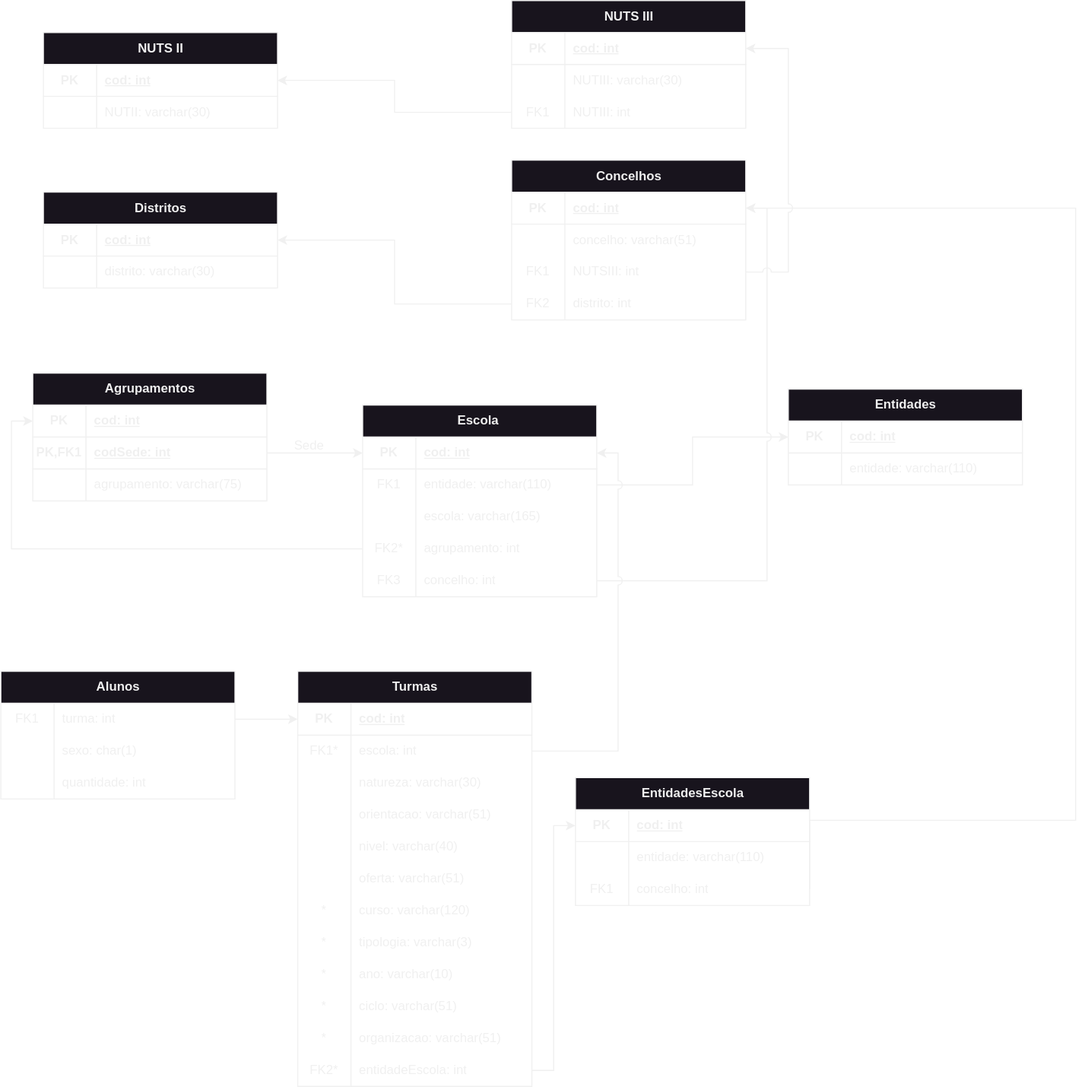
damaral31/Portuguese-School-System-DB-Modeling keeps this draw.io diagram as img/Relacional.svg. Above is the earlier version. Source tidied: cells renumbered, new cells last; positions are measured from the earlier drawing's top-left corner, leaving out a move shared by most shapes.
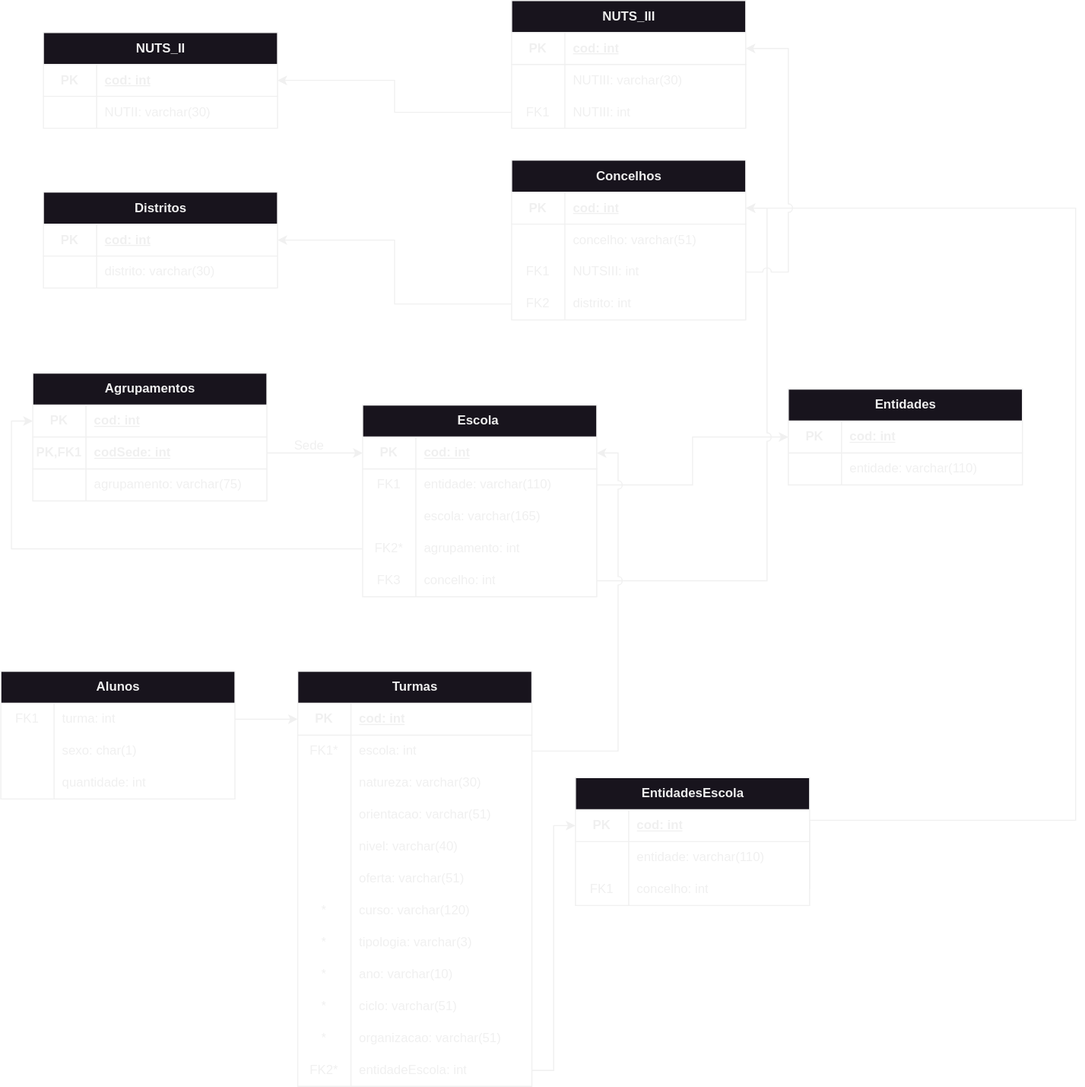
Above is the later version.

Commit message:
Update relatorio and UML

Change to the diagram source:
```diff
@@ -263,7 +263,7 @@
     <mxCell id="88" value="distrito: int" style="shape=partialRectangle;fillColor=none;top=0;left=0;bottom=0;right=0;align=left;spacingLeft=6;overflow=hidden;whiteSpace=wrap;html=1;" parent="86" vertex="1">
       <mxGeometry x="50" width="170" height="30" as="geometry" />
     </mxCell>
-    <mxCell id="89" value="NUTS III" style="shape=table;startSize=30;rowLines=0;fontStyle=1;align=center;html=1;" parent="1" vertex="1">
+    <mxCell id="89" value="NUTS_III" style="shape=table;startSize=30;rowLines=0;fontStyle=1;align=center;html=1;" parent="1" vertex="1">
       <mxGeometry x="480" width="220" height="120" as="geometry" />
     </mxCell>
     <mxCell id="90" style="shape=tableRow;horizontal=0;startSize=0;swimlaneHead=0;swimlaneBody=0;fillColor=none;points=[[0,0.5],[1,0.5]];portConstraint=eastwest;top=0;left=0;right=0;bottom=1;" parent="89" vertex="1">
@@ -317,7 +317,7 @@
     <mxCell id="106" style="edgeStyle=orthogonalEdgeStyle;rounded=0;jettySize=auto;html=1;exitX=0;exitY=0.5;exitDx=0;exitDy=0;entryX=1;entryY=0.5;entryDx=0;entryDy=0;" parent="1" edge="1" source="86" target="100">
       <mxGeometry relative="1" as="geometry" />
     </mxCell>
-    <mxCell id="107" value="NUTS II" style="shape=table;startSize=30;rowLines=0;fontStyle=1;align=center;html=1;" parent="1" vertex="1">
+    <mxCell id="107" value="NUTS_II" style="shape=table;startSize=30;rowLines=0;fontStyle=1;align=center;html=1;" parent="1" vertex="1">
       <mxGeometry x="40" y="30" width="220" height="90" as="geometry" />
     </mxCell>
     <mxCell id="108" style="shape=tableRow;horizontal=0;startSize=0;swimlaneHead=0;swimlaneBody=0;fillColor=none;points=[[0,0.5],[1,0.5]];portConstraint=eastwest;top=0;left=0;right=0;bottom=1;" parent="107" vertex="1">
```
